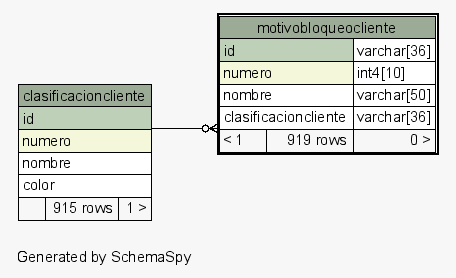
The Graphviz diagram postgresql/schemaSpy/salida/diagrams/motivobloqueocliente.1degree.png in diegopablomansilla/massoftware_front, before a commit. Its source is kept beside it as postgresql/schemaSpy/salida/diagrams/motivobloqueocliente.1degree.dot. Its diagram source:
```dot
digraph "oneDegreeRelationshipsDiagram" {
  graph [
    rankdir="RL"
    bgcolor="#f7f7f7"
    label="\nGenerated by SchemaSpy"
    labeljust="l"
    nodesep="0.18"
    ranksep="0.46"
    fontname="Helvetica"
    fontsize="11"
  ];
  node [
    fontname="Helvetica"
    fontsize="11"
    shape="plaintext"
  ];
  edge [
    arrowsize="0.8"
  ];
  "motivobloqueocliente":"clasificacioncliente":sw -> "clasificacioncliente":"id":se [arrowhead=none dir=back arrowtail=crowodot];
  "clasificacioncliente" [
    label=<
    <TABLE BORDER="0" CELLBORDER="1" CELLSPACING="0" BGCOLOR="#ffffff">
      <TR><TD COLSPAN="3" BGCOLOR="#9bab96" ALIGN="CENTER">clasificacioncliente</TD></TR>
      <TR><TD PORT="id" COLSPAN="3" BGCOLOR="#bed1b8" ALIGN="LEFT">id</TD></TR>
      <TR><TD PORT="numero" COLSPAN="3" BGCOLOR="#f4f7da" ALIGN="LEFT">numero</TD></TR>
      <TR><TD PORT="nombre" COLSPAN="3" ALIGN="LEFT">nombre</TD></TR>
      <TR><TD PORT="color" COLSPAN="3" ALIGN="LEFT">color</TD></TR>
      <TR><TD ALIGN="LEFT" BGCOLOR="#f7f7f7">  </TD><TD ALIGN="RIGHT" BGCOLOR="#f7f7f7">915 rows</TD><TD ALIGN="RIGHT" BGCOLOR="#f7f7f7">1 &gt;</TD></TR>
    </TABLE>>
    URL="clasificacioncliente.html"
    tooltip="clasificacioncliente"
  ];
  "motivobloqueocliente" [
    label=<
    <TABLE BORDER="2" CELLBORDER="1" CELLSPACING="0" BGCOLOR="#ffffff">
      <TR><TD COLSPAN="3" BGCOLOR="#9bab96" ALIGN="CENTER">motivobloqueocliente</TD></TR>
      <TR><TD PORT="id" COLSPAN="2" BGCOLOR="#bed1b8" ALIGN="LEFT">id</TD><TD PORT="id.type" ALIGN="LEFT">varchar[36]</TD></TR>
      <TR><TD PORT="numero" COLSPAN="2" BGCOLOR="#f4f7da" ALIGN="LEFT">numero</TD><TD PORT="numero.type" ALIGN="LEFT">int4[10]</TD></TR>
      <TR><TD PORT="nombre" COLSPAN="2" ALIGN="LEFT">nombre</TD><TD PORT="nombre.type" ALIGN="LEFT">varchar[50]</TD></TR>
      <TR><TD PORT="clasificacioncliente" COLSPAN="2" ALIGN="LEFT">clasificacioncliente</TD><TD PORT="clasificacioncliente.type" ALIGN="LEFT">varchar[36]</TD></TR>
      <TR><TD ALIGN="LEFT" BGCOLOR="#f7f7f7">&lt; 1</TD><TD ALIGN="RIGHT" BGCOLOR="#f7f7f7">919 rows</TD><TD ALIGN="RIGHT" BGCOLOR="#f7f7f7">0 &gt;</TD></TR>
    </TABLE>>
    URL="motivobloqueocliente.html"
    tooltip="motivobloqueocliente"
  ];
}
```
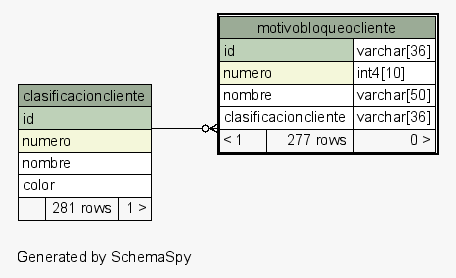
The same diagram one commit later.

The edit, as a diff of the source:
```diff
@@ -26,7 +26,7 @@
       <TR><TD PORT="numero" COLSPAN="3" BGCOLOR="#f4f7da" ALIGN="LEFT">numero</TD></TR>
       <TR><TD PORT="nombre" COLSPAN="3" ALIGN="LEFT">nombre</TD></TR>
       <TR><TD PORT="color" COLSPAN="3" ALIGN="LEFT">color</TD></TR>
-      <TR><TD ALIGN="LEFT" BGCOLOR="#f7f7f7">  </TD><TD ALIGN="RIGHT" BGCOLOR="#f7f7f7">915 rows</TD><TD ALIGN="RIGHT" BGCOLOR="#f7f7f7">1 &gt;</TD></TR>
+      <TR><TD ALIGN="LEFT" BGCOLOR="#f7f7f7">  </TD><TD ALIGN="RIGHT" BGCOLOR="#f7f7f7">281 rows</TD><TD ALIGN="RIGHT" BGCOLOR="#f7f7f7">1 &gt;</TD></TR>
     </TABLE>>
     URL="clasificacioncliente.html"
     tooltip="clasificacioncliente"
@@ -39,7 +39,7 @@
       <TR><TD PORT="numero" COLSPAN="2" BGCOLOR="#f4f7da" ALIGN="LEFT">numero</TD><TD PORT="numero.type" ALIGN="LEFT">int4[10]</TD></TR>
       <TR><TD PORT="nombre" COLSPAN="2" ALIGN="LEFT">nombre</TD><TD PORT="nombre.type" ALIGN="LEFT">varchar[50]</TD></TR>
       <TR><TD PORT="clasificacioncliente" COLSPAN="2" ALIGN="LEFT">clasificacioncliente</TD><TD PORT="clasificacioncliente.type" ALIGN="LEFT">varchar[36]</TD></TR>
-      <TR><TD ALIGN="LEFT" BGCOLOR="#f7f7f7">&lt; 1</TD><TD ALIGN="RIGHT" BGCOLOR="#f7f7f7">919 rows</TD><TD ALIGN="RIGHT" BGCOLOR="#f7f7f7">0 &gt;</TD></TR>
+      <TR><TD ALIGN="LEFT" BGCOLOR="#f7f7f7">&lt; 1</TD><TD ALIGN="RIGHT" BGCOLOR="#f7f7f7">277 rows</TD><TD ALIGN="RIGHT" BGCOLOR="#f7f7f7">0 &gt;</TD></TR>
     </TABLE>>
     URL="motivobloqueocliente.html"
     tooltip="motivobloqueocliente"
```
